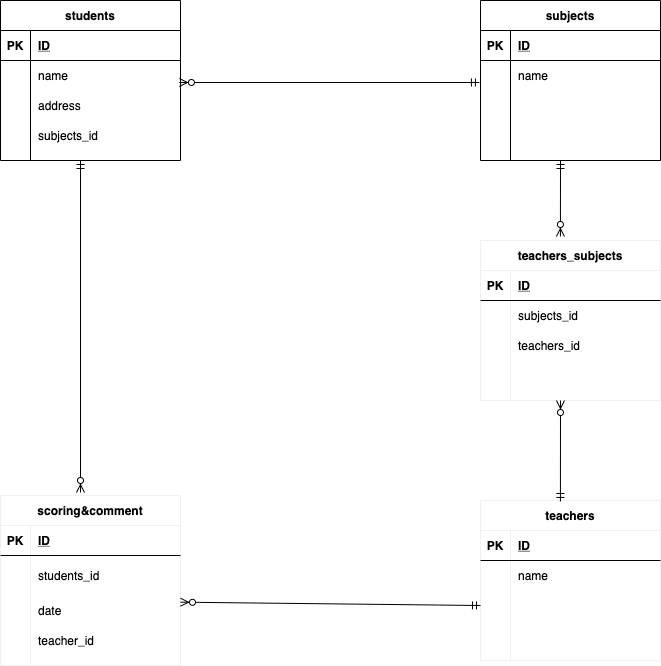
Before: index.drawio.png, a diagram exported from draw.io (hosei0514/ER_TEST). Source tidied: cells renumbered, new cells last; positions are measured from the earlier drawing's top-left corner, leaving out a move shared by most shapes.
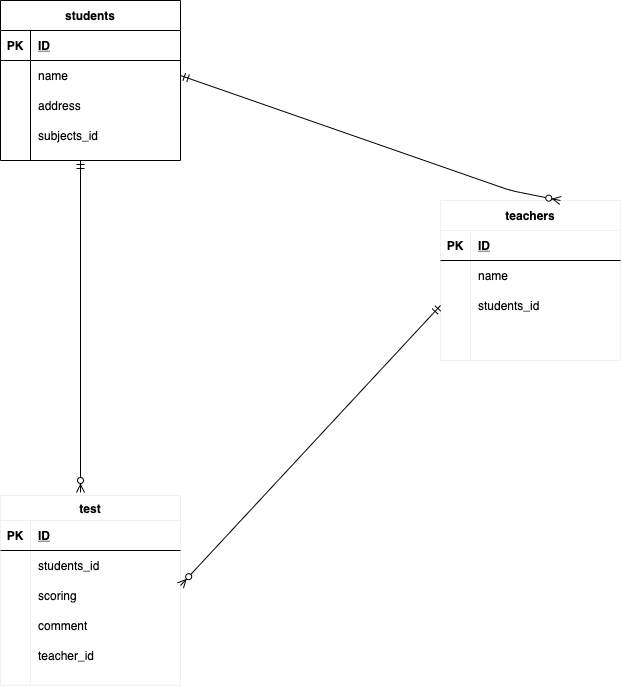
After the change.

Diff of the diagram source:
```diff
@@ -41,47 +41,8 @@
     <mxCell id="14" value="subjects_id" style="shape=partialRectangle;fillColor=none;top=0;left=0;bottom=0;right=0;align=left;spacingLeft=6;overflow=hidden;" parent="12" vertex="1">
       <mxGeometry x="30" width="150" height="30" as="geometry" />
     </mxCell>
-    <mxCell id="15" value="subjects" style="shape=table;startSize=30;rowLines=0;fontStyle=1;align=center;" parent="1" vertex="1">
-      <mxGeometry x="480" width="180" height="160" as="geometry" />
-    </mxCell>
-    <mxCell id="16" style="shape=partialRectangle;fillColor=none;top=0;left=0;bottom=1;right=0;" parent="15" vertex="1">
-      <mxGeometry y="30" width="180" height="30" as="geometry" />
-    </mxCell>
-    <mxCell id="17" value="PK" style="shape=partialRectangle;fillColor=none;top=0;left=0;bottom=0;right=0;fontStyle=1;overflow=hidden;" parent="16" vertex="1">
-      <mxGeometry width="30" height="30" as="geometry" />
-    </mxCell>
-    <mxCell id="18" value="ID" style="shape=partialRectangle;fillColor=none;top=0;left=0;bottom=0;right=0;align=left;spacingLeft=6;fontStyle=5;overflow=hidden;" parent="16" vertex="1">
-      <mxGeometry x="30" width="150" height="30" as="geometry" />
-    </mxCell>
-    <mxCell id="19" style="shape=partialRectangle;fillColor=none;top=0;left=0;bottom=0;right=0;points=[[0,0.5],[1,0.5]];portConstraint=eastwest;" parent="15" vertex="1">
-      <mxGeometry y="60" width="180" height="30" as="geometry" />
-    </mxCell>
-    <mxCell id="20" style="shape=partialRectangle;fillColor=none;top=0;left=0;bottom=0;right=0;overflow=hidden;" parent="19" vertex="1">
-      <mxGeometry width="30" height="30" as="geometry" />
-    </mxCell>
-    <mxCell id="21" value="name" style="shape=partialRectangle;fillColor=none;top=0;left=0;bottom=0;right=0;align=left;spacingLeft=6;overflow=hidden;" parent="19" vertex="1">
-      <mxGeometry x="30" width="150" height="30" as="geometry" />
-    </mxCell>
-    <mxCell id="22" style="shape=partialRectangle;fillColor=none;top=0;left=0;bottom=0;right=0;" parent="15" vertex="1">
-      <mxGeometry y="90" width="180" height="30" as="geometry" />
-    </mxCell>
-    <mxCell id="23" style="shape=partialRectangle;fillColor=none;top=0;left=0;bottom=0;right=0;overflow=hidden;" parent="22" vertex="1">
-      <mxGeometry width="30" height="30" as="geometry" />
-    </mxCell>
-    <mxCell id="24" style="shape=partialRectangle;fillColor=none;top=0;left=0;bottom=0;right=0;align=left;spacingLeft=6;overflow=hidden;" parent="22" vertex="1">
-      <mxGeometry x="30" width="150" height="30" as="geometry" />
-    </mxCell>
-    <mxCell id="25" style="shape=partialRectangle;fillColor=none;top=0;left=0;bottom=0;right=0;" parent="15" vertex="1">
-      <mxGeometry y="120" width="180" height="30" as="geometry" />
-    </mxCell>
-    <mxCell id="26" style="shape=partialRectangle;fillColor=none;top=0;left=0;bottom=0;right=0;overflow=hidden;" parent="25" vertex="1">
-      <mxGeometry width="30" height="30" as="geometry" />
-    </mxCell>
-    <mxCell id="27" style="shape=partialRectangle;fillColor=none;top=0;left=0;bottom=0;right=0;align=left;spacingLeft=6;overflow=hidden;" parent="25" vertex="1">
-      <mxGeometry x="30" width="150" height="30" as="geometry" />
-    </mxCell>
     <mxCell id="28" value="teachers" style="shape=table;startSize=30;rowLines=0;fontStyle=1;align=center;strokeColor=#f0f0f0;" parent="1" vertex="1">
-      <mxGeometry x="480" y="500" width="180" height="160" as="geometry" />
+      <mxGeometry x="440" y="200" width="180" height="160" as="geometry" />
     </mxCell>
     <mxCell id="29" style="shape=partialRectangle;fillColor=none;top=0;left=0;bottom=1;right=0;" parent="28" vertex="1">
       <mxGeometry y="30" width="180" height="30" as="geometry" />
@@ -107,7 +68,7 @@
     <mxCell id="36" style="shape=partialRectangle;fillColor=none;top=0;left=0;bottom=0;right=0;overflow=hidden;" parent="35" vertex="1">
       <mxGeometry width="30" height="30" as="geometry" />
     </mxCell>
-    <mxCell id="37" style="shape=partialRectangle;fillColor=none;top=0;left=0;bottom=0;right=0;align=left;spacingLeft=6;overflow=hidden;" parent="35" vertex="1">
+    <mxCell id="37" value="students_id" style="shape=partialRectangle;fillColor=none;top=0;left=0;bottom=0;right=0;align=left;spacingLeft=6;overflow=hidden;" parent="35" vertex="1">
       <mxGeometry x="30" width="150" height="30" as="geometry" />
     </mxCell>
     <mxCell id="38" style="shape=partialRectangle;fillColor=none;top=0;left=0;bottom=0;right=0;" parent="28" vertex="1">
@@ -119,50 +80,11 @@
     <mxCell id="40" style="shape=partialRectangle;fillColor=none;top=0;left=0;bottom=0;right=0;align=left;spacingLeft=6;overflow=hidden;" parent="38" vertex="1">
       <mxGeometry x="30" width="150" height="30" as="geometry" />
     </mxCell>
-    <mxCell id="41" value="teachers_subjects" style="shape=table;startSize=30;rowLines=0;fontStyle=1;align=center;strokeColor=#f0f0f0;" parent="1" vertex="1">
-      <mxGeometry x="480" y="240" width="180" height="160" as="geometry" />
-    </mxCell>
-    <mxCell id="42" style="shape=partialRectangle;fillColor=none;top=0;left=0;bottom=1;right=0;" parent="41" vertex="1">
-      <mxGeometry y="30" width="180" height="30" as="geometry" />
-    </mxCell>
-    <mxCell id="43" value="PK" style="shape=partialRectangle;fillColor=none;top=0;left=0;bottom=0;right=0;fontStyle=1;overflow=hidden;" parent="42" vertex="1">
-      <mxGeometry width="30" height="30" as="geometry" />
-    </mxCell>
-    <mxCell id="44" value="ID" style="shape=partialRectangle;fillColor=none;top=0;left=0;bottom=0;right=0;align=left;spacingLeft=6;fontStyle=5;overflow=hidden;" parent="42" vertex="1">
-      <mxGeometry x="30" width="150" height="30" as="geometry" />
-    </mxCell>
-    <mxCell id="45" style="shape=partialRectangle;fillColor=none;top=0;left=0;bottom=0;right=0;" parent="41" vertex="1">
-      <mxGeometry y="60" width="180" height="30" as="geometry" />
-    </mxCell>
-    <mxCell id="46" style="shape=partialRectangle;fillColor=none;top=0;left=0;bottom=0;right=0;overflow=hidden;" parent="45" vertex="1">
-      <mxGeometry width="30" height="30" as="geometry" />
-    </mxCell>
-    <mxCell id="47" value="subjects_id" style="shape=partialRectangle;fillColor=none;top=0;left=0;bottom=0;right=0;align=left;spacingLeft=6;overflow=hidden;" parent="45" vertex="1">
-      <mxGeometry x="30" width="150" height="30" as="geometry" />
-    </mxCell>
-    <mxCell id="48" style="shape=partialRectangle;fillColor=none;top=0;left=0;bottom=0;right=0;" parent="41" vertex="1">
-      <mxGeometry y="90" width="180" height="30" as="geometry" />
-    </mxCell>
-    <mxCell id="49" style="shape=partialRectangle;fillColor=none;top=0;left=0;bottom=0;right=0;overflow=hidden;" parent="48" vertex="1">
-      <mxGeometry width="30" height="30" as="geometry" />
-    </mxCell>
-    <mxCell id="50" value="teachers_id" style="shape=partialRectangle;fillColor=none;top=0;left=0;bottom=0;right=0;align=left;spacingLeft=6;overflow=hidden;" parent="48" vertex="1">
-      <mxGeometry x="30" width="150" height="30" as="geometry" />
-    </mxCell>
-    <mxCell id="51" style="shape=partialRectangle;fillColor=none;top=0;left=0;bottom=0;right=0;" parent="41" vertex="1">
-      <mxGeometry y="120" width="180" height="30" as="geometry" />
-    </mxCell>
-    <mxCell id="52" style="shape=partialRectangle;fillColor=none;top=0;left=0;bottom=0;right=0;overflow=hidden;" parent="51" vertex="1">
-      <mxGeometry width="30" height="30" as="geometry" />
-    </mxCell>
-    <mxCell id="53" style="shape=partialRectangle;fillColor=none;top=0;left=0;bottom=0;right=0;align=left;spacingLeft=6;overflow=hidden;" parent="51" vertex="1">
-      <mxGeometry x="30" width="150" height="30" as="geometry" />
-    </mxCell>
-    <mxCell id="54" value="scoring&amp;comment" style="shape=table;startSize=30;rowLines=0;fontStyle=1;align=center;strokeColor=#f0f0f0;" parent="1" vertex="1">
-      <mxGeometry y="495" width="180" height="170" as="geometry" />
+    <mxCell id="54" value="test" style="shape=table;startSize=25;rowLines=0;fontStyle=1;align=center;strokeColor=#f0f0f0;" parent="1" vertex="1">
+      <mxGeometry y="495" width="180" height="190" as="geometry" />
     </mxCell>
     <mxCell id="55" style="shape=partialRectangle;fillColor=none;top=0;left=0;bottom=1;right=0;" parent="54" vertex="1">
-      <mxGeometry y="30" width="180" height="30" as="geometry" />
+      <mxGeometry y="25" width="180" height="30" as="geometry" />
     </mxCell>
     <mxCell id="56" value="PK" style="shape=partialRectangle;fillColor=none;top=0;left=0;bottom=0;right=0;fontStyle=1;overflow=hidden;" parent="55" vertex="1">
       <mxGeometry width="30" height="30" as="geometry" />
@@ -171,25 +93,34 @@
       <mxGeometry x="30" width="150" height="30" as="geometry" />
     </mxCell>
     <mxCell id="58" style="shape=partialRectangle;fillColor=none;top=0;left=0;bottom=0;right=0;points=[[0,0.5],[1,0.5]];portConstraint=eastwest;" parent="54" vertex="1">
-      <mxGeometry y="60" width="180" height="40" as="geometry" />
+      <mxGeometry y="55" width="180" height="30" as="geometry" />
     </mxCell>
     <mxCell id="59" style="shape=partialRectangle;fillColor=none;top=0;left=0;bottom=0;right=0;overflow=hidden;" parent="58" vertex="1">
-      <mxGeometry width="30" height="40" as="geometry" />
+      <mxGeometry width="30" height="30" as="geometry" />
     </mxCell>
     <mxCell id="60" value="students_id" style="shape=partialRectangle;fillColor=none;top=0;left=0;bottom=0;right=0;align=left;spacingLeft=6;overflow=hidden;" parent="58" vertex="1">
-      <mxGeometry x="30" width="150" height="40" as="geometry" />
+      <mxGeometry x="30" width="150" height="30" as="geometry" />
     </mxCell>
     <mxCell id="61" style="shape=partialRectangle;fillColor=none;top=0;left=0;bottom=0;right=0;" parent="54" vertex="1">
-      <mxGeometry y="100" width="180" height="30" as="geometry" />
+      <mxGeometry y="85" width="180" height="30" as="geometry" />
     </mxCell>
     <mxCell id="62" style="shape=partialRectangle;fillColor=none;top=0;left=0;bottom=0;right=0;overflow=hidden;" parent="61" vertex="1">
       <mxGeometry width="30" height="30" as="geometry" />
     </mxCell>
-    <mxCell id="63" value="date" style="shape=partialRectangle;fillColor=none;top=0;left=0;bottom=0;right=0;align=left;spacingLeft=6;overflow=hidden;" parent="61" vertex="1">
+    <mxCell id="63" value="scoring" style="shape=partialRectangle;fillColor=none;top=0;left=0;bottom=0;right=0;align=left;spacingLeft=6;overflow=hidden;flipH=1;" parent="61" vertex="1">
       <mxGeometry x="30" width="150" height="30" as="geometry" />
     </mxCell>
+    <mxCell id="72" style="shape=partialRectangle;fillColor=none;top=0;left=0;bottom=0;right=0;" parent="54" vertex="1">
+      <mxGeometry y="115" width="180" height="30" as="geometry" />
+    </mxCell>
+    <mxCell id="73" style="shape=partialRectangle;fillColor=none;top=0;left=0;bottom=0;right=0;overflow=hidden;" parent="72" vertex="1">
+      <mxGeometry width="30" height="30" as="geometry" />
+    </mxCell>
+    <mxCell id="74" value="comment" style="shape=partialRectangle;fillColor=none;top=0;left=0;bottom=0;right=0;align=left;spacingLeft=6;overflow=hidden;flipH=1;" parent="72" vertex="1">
+      <mxGeometry x="30" width="150" height="30" as="geometry" />
+    </mxCell>
     <mxCell id="64" style="shape=partialRectangle;fillColor=none;top=0;left=0;bottom=0;right=0;" parent="54" vertex="1">
-      <mxGeometry y="130" width="180" height="30" as="geometry" />
+      <mxGeometry y="145" width="180" height="30" as="geometry" />
     </mxCell>
     <mxCell id="65" style="shape=partialRectangle;fillColor=none;top=0;left=0;bottom=0;right=0;overflow=hidden;" parent="64" vertex="1">
       <mxGeometry width="30" height="30" as="geometry" />
@@ -197,19 +128,14 @@
     <mxCell id="66" value="teacher_id" style="shape=partialRectangle;fillColor=none;top=0;left=0;bottom=0;right=0;align=left;spacingLeft=6;overflow=hidden;" parent="64" vertex="1">
       <mxGeometry x="30" width="150" height="30" as="geometry" />
     </mxCell>
-    <mxCell id="67" style="fontSize=12;html=1;endArrow=ERzeroToMany;startArrow=ERmandOne;exitX=-0.006;exitY=0.733;exitDx=0;exitDy=0;exitPerimeter=0;entryX=0.994;entryY=0.733;entryDx=0;entryDy=0;entryPerimeter=0;" parent="1" edge="1" source="19" target="6">
-      <mxGeometry relative="1" as="geometry" />
+    <mxCell id="67" style="fontSize=12;html=1;endArrow=ERzeroToMany;startArrow=ERmandOne;exitX=1;exitY=0.5;exitDx=0;exitDy=0;" parent="1" edge="1" source="6">
+      <mxGeometry relative="1" as="geometry">
+        <mxPoint x="560" y="200" as="targetPoint" />
+        <Array as="points">
+          <mxPoint x="510" y="190" />
+        </Array>
+      </mxGeometry>
     </mxCell>
-    <mxCell id="68" style="fontSize=12;html=1;endArrow=ERzeroToMany;startArrow=ERmandOne;entryX=0.444;entryY=-0.025;entryDx=0;entryDy=0;entryPerimeter=0;" parent="1" edge="1" target="41">
-      <mxGeometry relative="1" as="geometry">
-        <mxPoint x="560" y="160" as="sourcePoint" />
-      </mxGeometry>
-    </mxCell>
-    <mxCell id="69" style="fontSize=12;html=1;endArrow=ERzeroToMany;startArrow=ERmandOne;exitX=0.444;exitY=0.006;exitDx=0;exitDy=0;exitPerimeter=0;" parent="1" edge="1" source="28">
-      <mxGeometry relative="1" as="geometry">
-        <mxPoint x="560" y="400" as="targetPoint" />
-      </mxGeometry>
-    </mxCell>
     <mxCell id="70" style="fontSize=12;html=1;endArrow=ERzeroToMany;startArrow=ERmandOne;" parent="1" edge="1">
       <mxGeometry relative="1" as="geometry">
         <mxPoint x="80" y="160" as="sourcePoint" />
```
